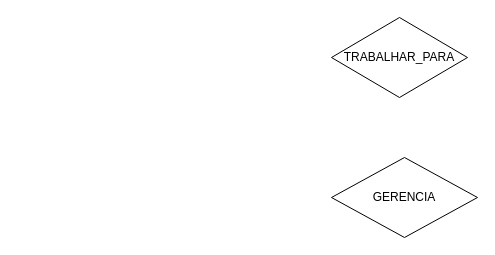
Before: Diagrama sem nome.drawio in valcacer77/Aprendizagem-Profissional-De-Qualifica-o-de-Software, a draw.io diagram. Source tidied: cells renumbered, new cells numbered last; positions are measured from the earlier drawing's top-left corner, leaving out a move shared by most shapes. Both pictures are drawn from the tidied source at 100%, with x=0, y=0 at pixel (331, 17).
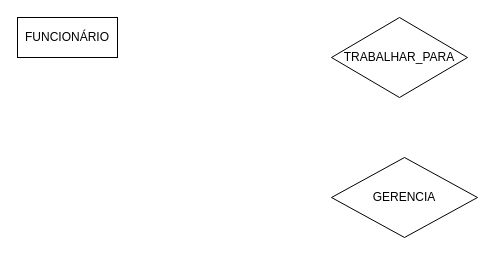
The same diagram, later.

Diff of the diagram source:
```diff
@@
 <mxGraphModel>
   <root>
     <mxCell id="0" />
     <mxCell id="1" parent="0" />
     <mxCell id="2" value="GERENCIA" style="shape=rhombus;perimeter=rhombusPerimeter;whiteSpace=wrap;html=1;align=center;" parent="1" vertex="1">
       <mxGeometry y="140" width="146" height="80" as="geometry" />
     </mxCell>
     <mxCell id="3" value="TRABALHAR_PARA" style="shape=rhombus;perimeter=rhombusPerimeter;whiteSpace=wrap;html=1;align=center;" parent="1" vertex="1">
       <mxGeometry width="136" height="80" as="geometry" />
     </mxCell>
+    <mxCell id="4" value="FUNCIONÁRIO" style="whiteSpace=wrap;html=1;align=center;" parent="1" vertex="1">
+      <mxGeometry x="-314" width="100" height="40" as="geometry" />
+    </mxCell>
   </root>
 </mxGraphModel>
```
